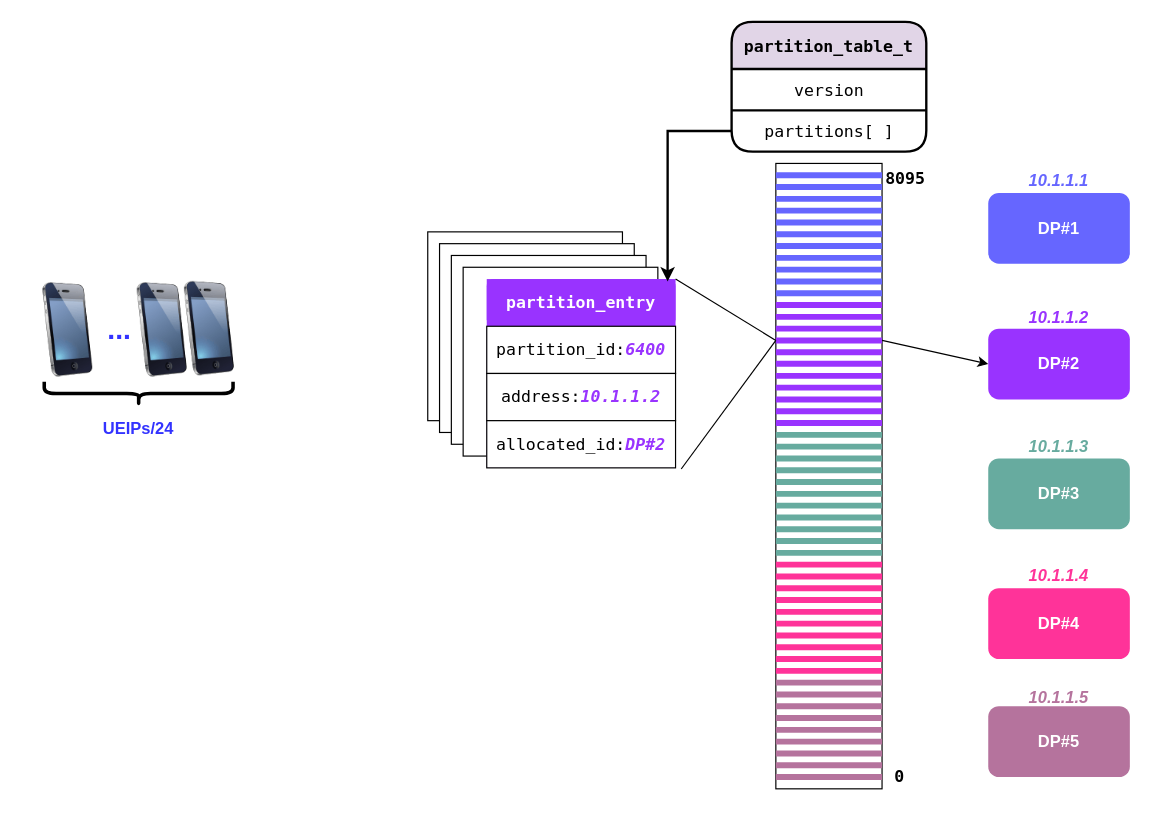
The draw.io diagram page "第 8 页" (8 of 9) of 123.drawio in SunLucc/Test, before the edit. Source tidied: cells renumbered, new cells numbered last; positions are measured from the earlier drawing's top-left corner, leaving out a move shared by most shapes. Both pictures are drawn from the tidied source at 118%, with x=0, y=0 at pixel (20, 21).
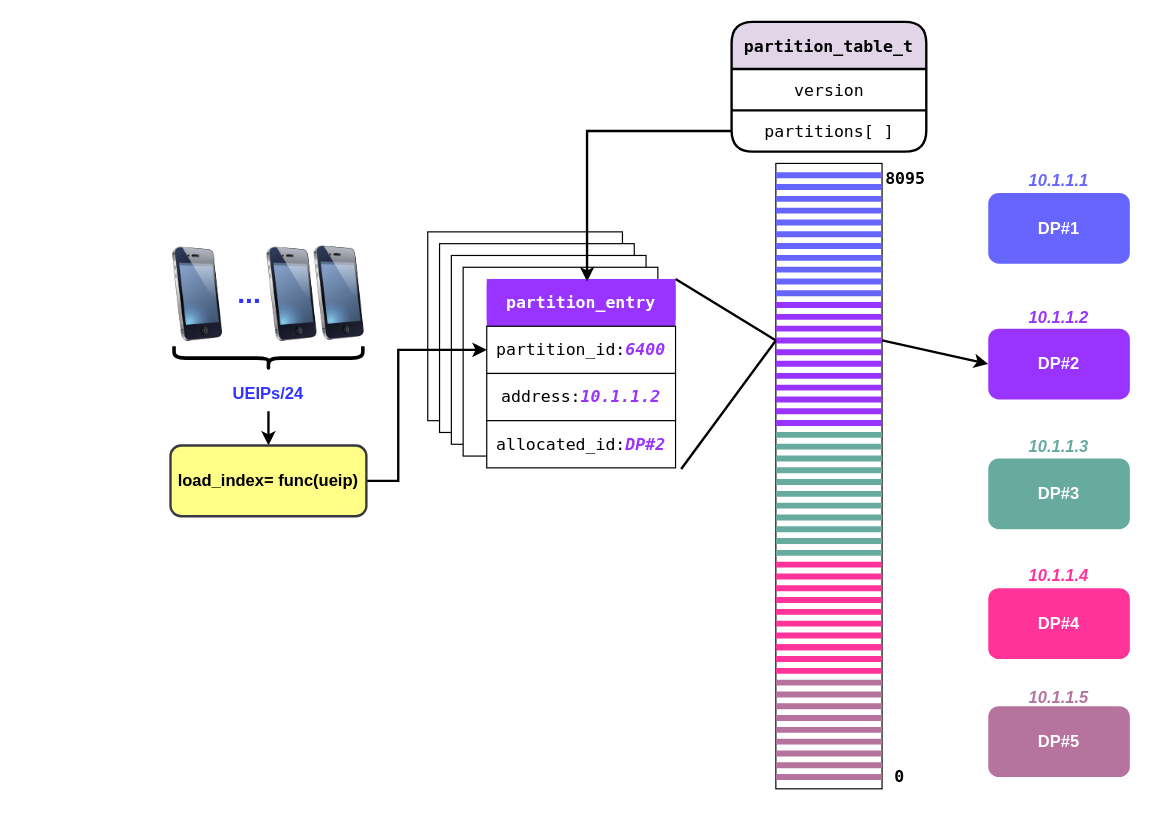
Above is the later version.

Unchanged cells that the change refers to:
```xml
<mxCell id="5" style="shape=tableRow;horizontal=0;startSize=0;swimlaneHead=0;swimlaneBody=0;strokeColor=inherit;top=0;left=0;bottom=0;right=0;fillColor=none;points=[[0,0.5],[1,0.5]];portConstraint=eastwest;" parent="2" vertex="1">
  <mxGeometry y="75" width="165" height="35" as="geometry" />
</mxCell>
<mxCell id="13" value="&lt;font color=&quot;#ffffff&quot; face=&quot;Lucida Console&quot; style=&quot;font-size: 14px;&quot;&gt;&lt;b&gt;partition_entry&lt;/b&gt;&lt;/font&gt;" style="rounded=1;whiteSpace=wrap;html=1;fillColor=#9933FF;strokeColor=none;" parent="12" vertex="1">
  <mxGeometry width="160" height="40" as="geometry" />
</mxCell>
<mxCell id="14" value="&lt;font style=&quot;font-size: 14px;&quot;&gt;partition_id:&lt;font color=&quot;#9933ff&quot;&gt;&lt;b&gt;&lt;i&gt;6400&lt;/i&gt;&lt;/b&gt;&lt;/font&gt;&lt;/font&gt;" style="rounded=0;whiteSpace=wrap;html=1;fontSize=14;fontFamily=Lucida Console;labelBackgroundColor=default;gradientColor=none;" parent="12" vertex="1">
  <mxGeometry y="40" width="160" height="40" as="geometry" />
</mxCell>
<mxCell id="16" value="&lt;font style=&quot;font-size: 14px;&quot;&gt;allocated_id:&lt;b&gt;&lt;i&gt;&lt;font color=&quot;#9933ff&quot;&gt;DP#2&lt;/font&gt;&lt;/i&gt;&lt;/b&gt;&lt;/font&gt;" style="rounded=0;whiteSpace=wrap;html=1;fontSize=14;fontFamily=Lucida Console;labelBackgroundColor=default;gradientColor=none;" parent="12" vertex="1">
  <mxGeometry y="120" width="160" height="40" as="geometry" />
</mxCell>
<mxCell id="76" value="&lt;b style=&quot;border-color: var(--border-color); color: rgb(255, 255, 255); font-size: 14px;&quot;&gt;DP#2&lt;/b&gt;" style="rounded=1;whiteSpace=wrap;html=1;fillColor=#9933FF;strokeColor=none;" parent="1" vertex="1">
  <mxGeometry x="820" y="260" width="120" height="60" as="geometry" />
</mxCell>
```

Change to the diagram source:
```diff
@@
-    <mxCell id="17" style="edgeStyle=orthogonalEdgeStyle;rounded=0;jettySize=auto;html=1;exitX=0;exitY=0.5;exitDx=0;exitDy=0;entryX=0.958;entryY=0.05;entryDx=0;entryDy=0;entryPerimeter=0;strokeWidth=2;" parent="1" edge="1" source="5" target="13">
-      <mxGeometry relative="1" as="geometry" />
+    <mxCell id="17" style="edgeStyle=orthogonalEdgeStyle;rounded=0;jettySize=auto;html=1;exitX=0;exitY=0.5;exitDx=0;exitDy=0;strokeWidth=2;" parent="1" edge="1" source="5">
+      <mxGeometry relative="1" as="geometry">
+        <mxPoint x="480" y="220" as="targetPoint" />
+        <Array as="points">
+          <mxPoint x="480" y="93" />
+        </Array>
+      </mxGeometry>
     </mxCell>
@@
-    <mxCell id="73" style="endArrow=none;html=1;rounded=0;exitX=1;exitY=0;exitDx=0;exitDy=0;" parent="1" edge="1" source="13">
+    <mxCell id="73" style="endArrow=none;html=1;rounded=0;exitX=1;exitY=0;exitDx=0;exitDy=0;strokeWidth=2;" parent="1" edge="1" source="13">
       <mxGeometry relative="1" as="geometry">
         <mxPoint x="640" y="270" as="targetPoint" />
       </mxGeometry>
     </mxCell>
-    <mxCell id="74" style="endArrow=none;html=1;rounded=0;exitX=1.03;exitY=1.024;exitDx=0;exitDy=0;exitPerimeter=0;" parent="1" edge="1" source="16">
+    <mxCell id="74" style="endArrow=none;html=1;rounded=0;exitX=1.03;exitY=1.024;exitDx=0;exitDy=0;exitPerimeter=0;strokeWidth=2;" parent="1" edge="1" source="16">
       <mxGeometry relative="1" as="geometry">
         <mxPoint x="640" y="270" as="targetPoint" />
       </mxGeometry>
     </mxCell>
@@
     <mxCell id="85" style="image;html=1;image=img/lib/clip_art/telecommunication/iPhone_128x128.png;" parent="1" vertex="1">
-      <mxGeometry x="120" y="220" width="80" height="80" as="geometry" />
+      <mxGeometry x="230" y="190" width="80" height="80" as="geometry" />
     </mxCell>
     <mxCell id="86" style="image;html=1;image=img/lib/clip_art/telecommunication/iPhone_128x128.png;" parent="1" vertex="1">
-      <mxGeometry x="80" y="221" width="80" height="80" as="geometry" />
+      <mxGeometry x="190" y="191" width="80" height="80" as="geometry" />
     </mxCell>
     <mxCell id="87" style="image;html=1;image=img/lib/clip_art/telecommunication/iPhone_128x128.png;" parent="1" vertex="1">
-      <mxGeometry y="221" width="80" height="80" as="geometry" />
+      <mxGeometry x="110" y="191" width="80" height="80" as="geometry" />
     </mxCell>
     <mxCell id="88" value="&lt;b&gt;&lt;font style=&quot;font-size: 24px;&quot;&gt;...&lt;/font&gt;&lt;/b&gt;" style="text;html=1;strokeColor=none;fillColor=none;align=center;verticalAlign=middle;whiteSpace=wrap;rounded=0;shadow=0;dashed=0;labelBackgroundColor=none;sketch=0;fillStyle=cross-hatch;fontFamily=Helvetica;fontSize=14;fontColor=#3333FF;" parent="1" vertex="1">
-      <mxGeometry x="39" y="246" width="90" height="30" as="geometry" />
+      <mxGeometry x="149" y="216" width="90" height="30" as="geometry" />
     </mxCell>
     <mxCell id="89" style="shape=curlyBracket;whiteSpace=wrap;html=1;rounded=1;flipH=1;labelPosition=right;verticalLabelPosition=middle;align=left;verticalAlign=middle;rotation=90;strokeWidth=3;" parent="1" vertex="1">
-      <mxGeometry x="90" y="235" width="20" height="160" as="geometry" />
+      <mxGeometry x="200" y="205" width="20" height="160" as="geometry" />
     </mxCell>
+    <mxCell id="92" style="edgeStyle=orthogonalEdgeStyle;rounded=0;jettySize=auto;html=1;exitX=0.5;exitY=1;exitDx=0;exitDy=0;entryX=0.5;entryY=0;entryDx=0;entryDy=0;strokeWidth=2;" parent="1" edge="1" source="90" target="95">
+      <mxGeometry relative="1" as="geometry" />
+    </mxCell>
     <mxCell id="90" value="&lt;b&gt;UEIPs/24&lt;/b&gt;" style="text;html=1;strokeColor=none;fillColor=none;align=center;verticalAlign=middle;whiteSpace=wrap;rounded=0;shadow=0;dashed=0;labelBackgroundColor=none;sketch=0;fillStyle=cross-hatch;fontFamily=Helvetica;fontSize=14;fontColor=#3333FF;" parent="1" vertex="1">
-      <mxGeometry x="70" y="330" width="60" height="30" as="geometry" />
+      <mxGeometry x="180" y="300" width="60" height="30" as="geometry" />
     </mxCell>
-    <mxCell id="91" style="endArrow=classic;html=1;rounded=0;entryX=0;entryY=0.5;entryDx=0;entryDy=0;" parent="1" edge="1" target="76">
+    <mxCell id="91" style="endArrow=classic;html=1;rounded=0;entryX=0;entryY=0.5;entryDx=0;entryDy=0;strokeWidth=2;" parent="1" edge="1" target="76">
       <mxGeometry relative="1" as="geometry">
         <mxPoint x="730" y="270" as="sourcePoint" />
       </mxGeometry>
     </mxCell>
+    <mxCell id="93" style="endArrow=none;html=1;rounded=0;strokeWidth=5;strokeColor=#FF3399;" parent="1" edge="1">
+      <mxGeometry relative="1" as="geometry">
+        <mxPoint x="640" y="530" as="sourcePoint" />
+        <mxPoint x="730" y="530" as="targetPoint" />
+        <Array as="points">
+          <mxPoint x="670" y="530" />
+        </Array>
+      </mxGeometry>
+    </mxCell>
+    <mxCell id="94" style="edgeStyle=orthogonalEdgeStyle;rounded=0;jettySize=auto;html=1;exitX=1;exitY=0.5;exitDx=0;exitDy=0;entryX=0;entryY=0.5;entryDx=0;entryDy=0;strokeWidth=2;" parent="1" edge="1" source="95" target="14">
+      <mxGeometry relative="1" as="geometry">
+        <Array as="points">
+          <mxPoint x="320" y="389" />
+          <mxPoint x="320" y="278" />
+        </Array>
+      </mxGeometry>
+    </mxCell>
+    <mxCell id="95" value="&lt;b&gt;&lt;font style=&quot;font-size: 14px;&quot;&gt;load_index= func(ueip)&lt;/font&gt;&lt;/b&gt;" style="rounded=1;whiteSpace=wrap;html=1;strokeWidth=2;fillColor=#ffff88;strokeColor=#36393d;" parent="1" vertex="1">
+      <mxGeometry x="127" y="359" width="166" height="60" as="geometry" />
+    </mxCell>
```
